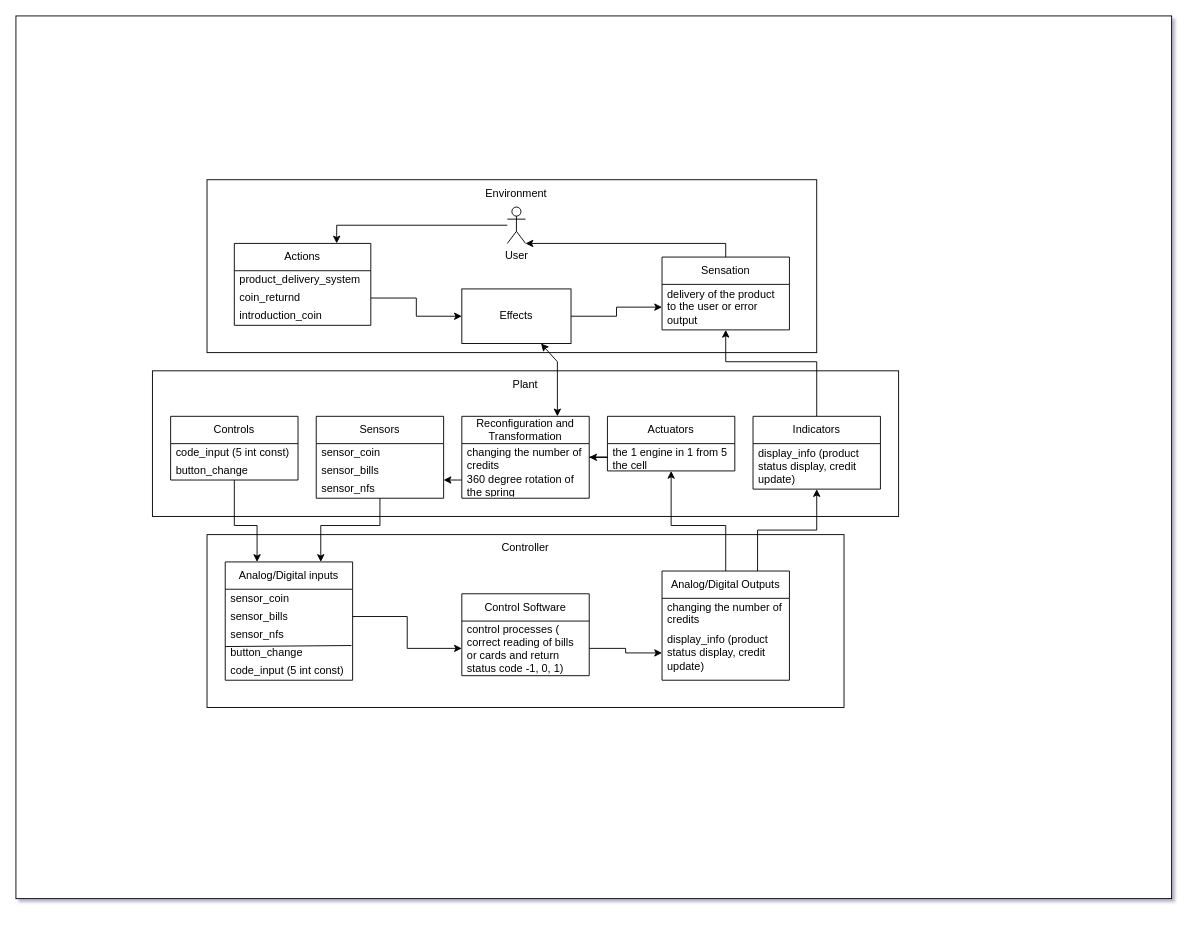
Before: Диаграмма без названия.drawio in EmelyanovAlexey/Artificial_intelligence, a draw.io diagram. Source tidied: cells renumbered, new cells numbered last; positions are measured from the earlier drawing's top-left corner, leaving out a move shared by most shapes. Both pictures are drawn from the tidied source at 91%, with x=0, y=0 at pixel (15, 15).
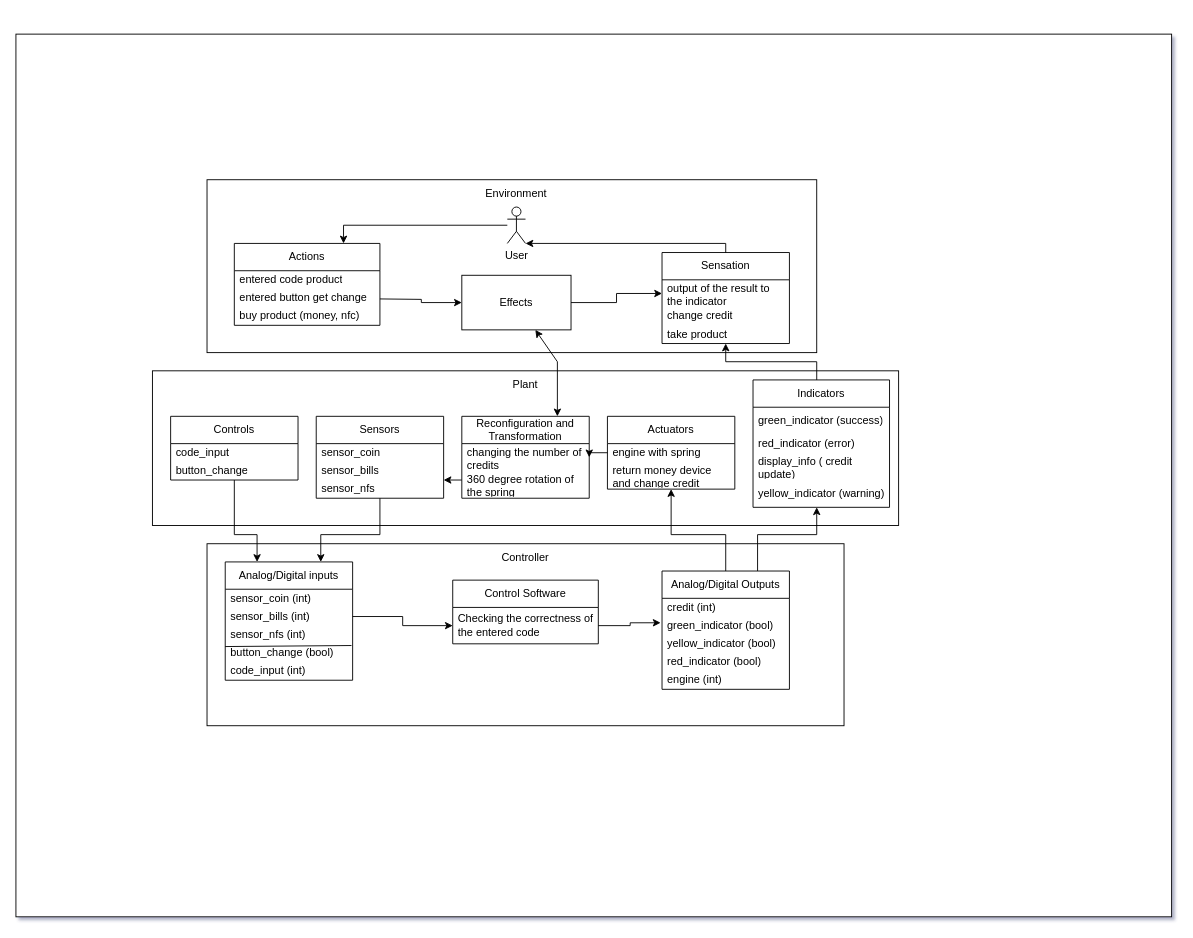
The same page after the edit.

The change refers to these unchanged cells:
```xml
<mxCell id="20" value="Controls" style="swimlane;fontStyle=0;horizontal=1;startSize=30;whiteSpace=wrap;html=1;" parent="1" vertex="1">
  <mxGeometry x="170" y="440" width="140" height="70" as="geometry" />
</mxCell>
<mxCell id="24" value="Sensors" style="swimlane;fontStyle=0;horizontal=1;startSize=30;whiteSpace=wrap;html=1;" parent="1" vertex="1">
  <mxGeometry x="330" y="440" width="140" height="90" as="geometry" />
</mxCell>
<mxCell id="34" value="Analog/Digital inputs" style="swimlane;fontStyle=0;horizontal=1;startSize=30;whiteSpace=wrap;html=1;" parent="1" vertex="1">
  <mxGeometry x="230" y="600" width="140" height="130" as="geometry" />
</mxCell>
```

Change to the diagram source:
```diff
@@
     <mxCell id="2" style="rounded=0;whiteSpace=wrap;html=1;" parent="1" vertex="1">
-      <mxGeometry width="1270" height="970" as="geometry" />
+      <mxGeometry y="20" width="1270" height="970" as="geometry" />
     </mxCell>
@@
     <mxCell id="7" value="Actions" style="swimlane;fontStyle=0;horizontal=1;startSize=30;whiteSpace=wrap;html=1;" parent="1" vertex="1">
-      <mxGeometry x="240" y="250" width="150" height="90" as="geometry" />
+      <mxGeometry x="240" y="250" width="160" height="90" as="geometry" />
     </mxCell>
-    <mxCell id="8" value="product_delivery_system&amp;nbsp;" style="text;strokeColor=none;fillColor=none;align=left;verticalAlign=middle;spacingLeft=4;spacingRight=4;overflow=hidden;whiteSpace=wrap;html=1;" parent="7" vertex="1">
-      <mxGeometry y="30" width="150" height="20" as="geometry" />
+    <mxCell id="8" value="entered code product" style="text;strokeColor=none;fillColor=none;align=left;verticalAlign=middle;spacingLeft=4;spacingRight=4;overflow=hidden;whiteSpace=wrap;html=1;" parent="7" vertex="1">
+      <mxGeometry y="30" width="160" height="20" as="geometry" />
     </mxCell>
-    <mxCell id="9" value="coin_returnd&amp;nbsp;" style="text;strokeColor=none;fillColor=none;align=left;verticalAlign=middle;spacingLeft=4;spacingRight=4;overflow=hidden;points=[[0,0.5],[1,0.5]];portConstraint=eastwest;whiteSpace=wrap;html=1;" parent="7" vertex="1">
-      <mxGeometry y="50" width="150" height="20" as="geometry" />
-    </mxCell>
+    <mxCell id="57" value="entered button get change" style="text;strokeColor=none;fillColor=none;align=left;verticalAlign=middle;spacingLeft=4;spacingRight=4;overflow=hidden;whiteSpace=wrap;html=1;" parent="7" vertex="1">
+      <mxGeometry y="50" width="160" height="20" as="geometry" />
+    </mxCell>
-    <mxCell id="10" value="introduction_coin" style="text;strokeColor=none;fillColor=none;align=left;verticalAlign=middle;spacingLeft=4;spacingRight=4;overflow=hidden;whiteSpace=wrap;html=1;" parent="7" vertex="1">
-      <mxGeometry y="70" width="150" height="20" as="geometry" />
+    <mxCell id="10" value="&lt;font face=&quot;Quattrocento Sans, sans-serif&quot;&gt;&lt;span style=&quot;white-space-collapse: preserve;&quot;&gt;buy product (money, nfc)&lt;/span&gt;&lt;/font&gt;" style="text;strokeColor=none;fillColor=none;align=left;verticalAlign=middle;spacingLeft=4;spacingRight=4;overflow=hidden;whiteSpace=wrap;html=1;" parent="7" vertex="1">
+      <mxGeometry y="70" width="160" height="20" as="geometry" />
     </mxCell>
     <mxCell id="11" value="Sensation" style="swimlane;fontStyle=0;horizontal=1;startSize=30;whiteSpace=wrap;html=1;" parent="1" vertex="1">
-      <mxGeometry x="710" y="265" width="140" height="80" as="geometry" />
+      <mxGeometry x="710" y="260" width="140" height="100" as="geometry" />
     </mxCell>
-    <mxCell id="12" value="delivery of the product to the user or error output" style="text;strokeColor=none;fillColor=none;align=left;verticalAlign=middle;spacingLeft=4;spacingRight=4;overflow=hidden;points=[[0,0.5],[1,0.5]];portConstraint=eastwest;whiteSpace=wrap;html=1;" parent="11" vertex="1">
-      <mxGeometry y="30" width="140" height="50" as="geometry" />
+    <mxCell id="12" value="output of the result to the indicator" style="text;strokeColor=none;fillColor=none;align=left;verticalAlign=middle;spacingLeft=4;spacingRight=4;overflow=hidden;points=[[0,0.5],[1,0.5]];portConstraint=eastwest;whiteSpace=wrap;html=1;" parent="11" vertex="1">
+      <mxGeometry y="30" width="140" height="30" as="geometry" />
     </mxCell>
+    <mxCell id="58" value="change credit" style="text;strokeColor=none;fillColor=none;align=left;verticalAlign=middle;spacingLeft=4;spacingRight=4;overflow=hidden;whiteSpace=wrap;html=1;" parent="11" vertex="1">
+      <mxGeometry y="60" width="140" height="20" as="geometry" />
+    </mxCell>
+    <mxCell id="59" value="take product" style="text;strokeColor=none;fillColor=none;align=left;verticalAlign=middle;spacingLeft=4;spacingRight=4;overflow=hidden;whiteSpace=wrap;html=1;" parent="11" vertex="1">
+      <mxGeometry y="80" width="140" height="20" as="geometry" />
+    </mxCell>
@@
     <mxCell id="14" value="Effects" style="rounded=0;whiteSpace=wrap;html=1;" parent="1" vertex="1">
-      <mxGeometry x="490" y="300" width="120" height="60" as="geometry" />
+      <mxGeometry x="490" y="285" width="120" height="60" as="geometry" />
     </mxCell>
     <mxCell id="15" style="rounded=0;whiteSpace=wrap;html=1;" parent="1" vertex="1">
-      <mxGeometry x="150" y="390" width="820" height="160" as="geometry" />
+      <mxGeometry x="150" y="390" width="820" height="170" as="geometry" />
     </mxCell>
     <mxCell id="16" style="rounded=0;whiteSpace=wrap;html=1;" parent="1" vertex="1">
-      <mxGeometry x="210" y="570" width="700" height="190" as="geometry" />
+      <mxGeometry x="210" y="580" width="700" height="200" as="geometry" />
     </mxCell>
@@
     <mxCell id="18" value="Controller" style="text;html=1;align=center;verticalAlign=middle;whiteSpace=wrap;rounded=0;" parent="1" vertex="1">
-      <mxGeometry x="530" y="569.5" width="60" height="30" as="geometry" />
+      <mxGeometry x="530" y="580" width="60" height="30" as="geometry" />
     </mxCell>
     <mxCell id="19" style="edgeStyle=orthogonalEdgeStyle;rounded=0;jettySize=auto;html=1;entryX=0.25;entryY=0;entryDx=0;entryDy=0;" parent="1" edge="1" source="20" target="34">
       <mxGeometry relative="1" as="geometry">
         <Array as="points">
-          <mxPoint x="240" y="560" />
-          <mxPoint x="265" y="560" />
+          <mxPoint x="240" y="570" />
+          <mxPoint x="265" y="570" />
         </Array>
       </mxGeometry>
     </mxCell>
@@
-    <mxCell id="21" value="code_input (5 int const)" style="text;strokeColor=none;fillColor=none;align=left;verticalAlign=middle;spacingLeft=4;spacingRight=4;overflow=hidden;whiteSpace=wrap;html=1;" parent="20" vertex="1">
+    <mxCell id="21" value="&lt;span id=&quot;docs-internal-guid-1e2ee686-7fff-cc49-fad5-75258599e0dc&quot;&gt;&lt;span style=&quot;font-family: &amp;quot;Quattrocento Sans&amp;quot;, sans-serif; background-color: transparent; font-variant-numeric: normal; font-variant-east-asian: normal; font-variant-alternates: normal; font-variant-position: normal; vertical-align: baseline; white-space-collapse: preserve;&quot;&gt;&lt;font style=&quot;font-size: 12px;&quot;&gt;code_input &lt;/font&gt;&lt;/span&gt;&lt;/span&gt;" style="text;strokeColor=none;fillColor=none;align=left;verticalAlign=middle;spacingLeft=4;spacingRight=4;overflow=hidden;whiteSpace=wrap;html=1;" parent="20" vertex="1">
       <mxGeometry y="30" width="140" height="20" as="geometry" />
     </mxCell>
@@
     <mxCell id="23" style="edgeStyle=orthogonalEdgeStyle;rounded=0;jettySize=auto;html=1;entryX=0.75;entryY=0;entryDx=0;entryDy=0;" parent="1" edge="1" source="24" target="34">
       <mxGeometry relative="1" as="geometry">
         <Array as="points">
-          <mxPoint x="400" y="560" />
-          <mxPoint x="335" y="560" />
+          <mxPoint x="400" y="570" />
+          <mxPoint x="335" y="570" />
         </Array>
       </mxGeometry>
     </mxCell>
@@
     <mxCell id="32" value="Actuators" style="swimlane;fontStyle=0;horizontal=1;startSize=30;whiteSpace=wrap;html=1;" parent="1" vertex="1">
-      <mxGeometry x="650" y="440" width="140" height="60" as="geometry" />
+      <mxGeometry x="650" y="440" width="140" height="80" as="geometry" />
     </mxCell>
-    <mxCell id="33" value="the 1 engine in 1 from 5&amp;nbsp; the&amp;nbsp;cell" style="text;strokeColor=none;fillColor=none;align=left;verticalAlign=middle;spacingLeft=4;spacingRight=4;overflow=hidden;points=[[0,0.5],[1,0.5]];portConstraint=eastwest;whiteSpace=wrap;html=1;" parent="32" vertex="1">
-      <mxGeometry y="30" width="140" height="30" as="geometry" />
+    <mxCell id="33" value="engine with spring" style="text;strokeColor=none;fillColor=none;align=left;verticalAlign=middle;spacingLeft=4;spacingRight=4;overflow=hidden;points=[[0,0.5],[1,0.5]];portConstraint=eastwest;whiteSpace=wrap;html=1;" parent="32" vertex="1">
+      <mxGeometry y="30" width="140" height="20" as="geometry" />
     </mxCell>
+    <mxCell id="60" value="return money device and change credit" style="text;strokeColor=none;fillColor=none;align=left;verticalAlign=middle;spacingLeft=4;spacingRight=4;overflow=hidden;whiteSpace=wrap;html=1;" parent="32" vertex="1">
+      <mxGeometry y="50" width="140" height="30" as="geometry" />
+    </mxCell>
@@
-    <mxCell id="35" value="sensor_coin" style="text;strokeColor=none;fillColor=none;align=left;verticalAlign=middle;spacingLeft=4;spacingRight=4;overflow=hidden;whiteSpace=wrap;html=1;" parent="34" vertex="1">
+    <mxCell id="35" value="sensor_coin (int)" style="text;strokeColor=none;fillColor=none;align=left;verticalAlign=middle;spacingLeft=4;spacingRight=4;overflow=hidden;whiteSpace=wrap;html=1;" parent="34" vertex="1">
       <mxGeometry y="30" width="140" height="20" as="geometry" />
     </mxCell>
-    <mxCell id="36" value="sensor_bills" style="text;strokeColor=none;fillColor=none;align=left;verticalAlign=middle;spacingLeft=4;spacingRight=4;overflow=hidden;points=[[0,0.5],[1,0.5]];portConstraint=eastwest;whiteSpace=wrap;html=1;" parent="34" vertex="1">
+    <mxCell id="36" value="sensor_bills (int)" style="text;strokeColor=none;fillColor=none;align=left;verticalAlign=middle;spacingLeft=4;spacingRight=4;overflow=hidden;points=[[0,0.5],[1,0.5]];portConstraint=eastwest;whiteSpace=wrap;html=1;" parent="34" vertex="1">
       <mxGeometry y="50" width="140" height="20" as="geometry" />
     </mxCell>
-    <mxCell id="37" value="sensor_nfs" style="text;strokeColor=none;fillColor=none;align=left;verticalAlign=middle;spacingLeft=4;spacingRight=4;overflow=hidden;points=[[0,0.5],[1,0.5]];portConstraint=eastwest;whiteSpace=wrap;html=1;" parent="34" vertex="1">
+    <mxCell id="37" value="sensor_nfs (int)" style="text;strokeColor=none;fillColor=none;align=left;verticalAlign=middle;spacingLeft=4;spacingRight=4;overflow=hidden;points=[[0,0.5],[1,0.5]];portConstraint=eastwest;whiteSpace=wrap;html=1;" parent="34" vertex="1">
       <mxGeometry y="70" width="140" height="20" as="geometry" />
     </mxCell>
-    <mxCell id="38" value="button_change" style="text;strokeColor=none;fillColor=none;align=left;verticalAlign=middle;spacingLeft=4;spacingRight=4;overflow=hidden;points=[[0,0.5],[1,0.5]];portConstraint=eastwest;whiteSpace=wrap;html=1;" parent="34" vertex="1">
+    <mxCell id="38" value="button_change (bool)" style="text;strokeColor=none;fillColor=none;align=left;verticalAlign=middle;spacingLeft=4;spacingRight=4;overflow=hidden;points=[[0,0.5],[1,0.5]];portConstraint=eastwest;whiteSpace=wrap;html=1;" parent="34" vertex="1">
       <mxGeometry y="90" width="140" height="20" as="geometry" />
     </mxCell>
-    <mxCell id="39" value="code_input (5 int const)" style="text;strokeColor=none;fillColor=none;align=left;verticalAlign=middle;spacingLeft=4;spacingRight=4;overflow=hidden;whiteSpace=wrap;html=1;" parent="34" vertex="1">
+    <mxCell id="39" value="code_input (int)" style="text;strokeColor=none;fillColor=none;align=left;verticalAlign=middle;spacingLeft=4;spacingRight=4;overflow=hidden;whiteSpace=wrap;html=1;" parent="34" vertex="1">
       <mxGeometry y="110" width="140" height="20" as="geometry" />
     </mxCell>
@@
     <mxCell id="41" value="Control Software" style="swimlane;fontStyle=0;horizontal=1;startSize=30;whiteSpace=wrap;html=1;" parent="1" vertex="1">
-      <mxGeometry x="490" y="635" width="140" height="90" as="geometry" />
+      <mxGeometry x="480" y="620" width="160" height="70" as="geometry" />
     </mxCell>
-    <mxCell id="42" value="control processes (&lt;div&gt;correct reading of bills or cards and return status code -1, 0, 1)&lt;/div&gt;" style="text;strokeColor=none;fillColor=none;align=left;verticalAlign=middle;spacingLeft=4;spacingRight=4;overflow=hidden;points=[[0,0.5],[1,0.5]];portConstraint=eastwest;whiteSpace=wrap;html=1;" parent="41" vertex="1">
-      <mxGeometry y="30" width="140" height="60" as="geometry" />
+    <mxCell id="42" value="Сhecking the correctness of the entered code" style="text;strokeColor=none;fillColor=none;align=left;verticalAlign=middle;spacingLeft=4;spacingRight=4;overflow=hidden;points=[[0,0.5],[1,0.5]];portConstraint=eastwest;whiteSpace=wrap;html=1;" parent="41" vertex="1">
+      <mxGeometry y="30" width="160" height="40" as="geometry" />
     </mxCell>
     <mxCell id="43" style="edgeStyle=orthogonalEdgeStyle;rounded=0;jettySize=auto;html=1;exitX=0.75;exitY=0;exitDx=0;exitDy=0;" parent="1" edge="1" source="45" target="49">
-      <mxGeometry relative="1" as="geometry" />
+      <mxGeometry relative="1" as="geometry">
+        <Array as="points">
+          <mxPoint x="815" y="570" />
+          <mxPoint x="880" y="570" />
+        </Array>
+      </mxGeometry>
     </mxCell>
     <mxCell id="44" style="edgeStyle=orthogonalEdgeStyle;rounded=0;jettySize=auto;html=1;" parent="1" edge="1" source="45" target="32">
       <mxGeometry relative="1" as="geometry">
         <Array as="points">
-          <mxPoint x="780" y="560" />
-          <mxPoint x="720" y="560" />
+          <mxPoint x="780" y="570" />
+          <mxPoint x="720" y="570" />
         </Array>
       </mxGeometry>
     </mxCell>
     <mxCell id="45" value="Analog/Digital Outputs" style="swimlane;fontStyle=0;horizontal=1;startSize=30;whiteSpace=wrap;html=1;" parent="1" vertex="1">
-      <mxGeometry x="710" y="610" width="140" height="120" as="geometry" />
+      <mxGeometry x="710" y="610" width="140" height="130" as="geometry" />
     </mxCell>
-    <mxCell id="46" value="сhanging the number of credits" style="text;strokeColor=none;fillColor=none;align=left;verticalAlign=middle;spacingLeft=4;spacingRight=4;overflow=hidden;whiteSpace=wrap;html=1;" parent="45" vertex="1">
-      <mxGeometry y="30" width="140" height="30" as="geometry" />
+    <mxCell id="46" value="credit (int)" style="text;strokeColor=none;fillColor=none;align=left;verticalAlign=middle;spacingLeft=4;spacingRight=4;overflow=hidden;whiteSpace=wrap;html=1;" parent="45" vertex="1">
+      <mxGeometry y="30" width="140" height="20" as="geometry" />
     </mxCell>
+    <mxCell id="61" value="green_indicator (bool)" style="text;strokeColor=none;fillColor=none;align=left;verticalAlign=middle;spacingLeft=4;spacingRight=4;overflow=hidden;points=[[0,0.5],[1,0.5]];portConstraint=eastwest;whiteSpace=wrap;html=1;" parent="45" vertex="1">
+      <mxGeometry y="50" width="140" height="20" as="geometry" />
+    </mxCell>
+    <mxCell id="62" value="yellow_indicator (bool)" style="text;strokeColor=none;fillColor=none;align=left;verticalAlign=middle;spacingLeft=4;spacingRight=4;overflow=hidden;whiteSpace=wrap;html=1;" parent="45" vertex="1">
+      <mxGeometry y="70" width="140" height="20" as="geometry" />
+    </mxCell>
-    <mxCell id="47" value="display_info (product status display, credit update)" style="text;strokeColor=none;fillColor=none;align=left;verticalAlign=middle;spacingLeft=4;spacingRight=4;overflow=hidden;points=[[0,0.5],[1,0.5]];portConstraint=eastwest;whiteSpace=wrap;html=1;" parent="45" vertex="1">
-      <mxGeometry y="60" width="140" height="60" as="geometry" />
+    <mxCell id="47" value="red_indicator (bool)" style="text;strokeColor=none;fillColor=none;align=left;verticalAlign=middle;spacingLeft=4;spacingRight=4;overflow=hidden;points=[[0,0.5],[1,0.5]];portConstraint=eastwest;whiteSpace=wrap;html=1;" parent="45" vertex="1">
+      <mxGeometry y="90" width="140" height="20" as="geometry" />
     </mxCell>
+    <mxCell id="63" value="engine&amp;nbsp;(int)" style="text;strokeColor=none;fillColor=none;align=left;verticalAlign=middle;spacingLeft=4;spacingRight=4;overflow=hidden;whiteSpace=wrap;html=1;" parent="45" vertex="1">
+      <mxGeometry y="110" width="140" height="20" as="geometry" />
+    </mxCell>
@@
     <mxCell id="49" value="Indicators" style="swimlane;fontStyle=0;horizontal=1;startSize=30;whiteSpace=wrap;html=1;" parent="1" vertex="1">
-      <mxGeometry x="810" y="440" width="140" height="80" as="geometry" />
+      <mxGeometry x="810" y="400" width="150" height="140" as="geometry" />
     </mxCell>
+    <mxCell id="64" value="green_indicator (success)" style="text;strokeColor=none;fillColor=none;align=left;verticalAlign=middle;spacingLeft=4;spacingRight=4;overflow=hidden;whiteSpace=wrap;html=1;" parent="49" vertex="1">
+      <mxGeometry y="30" width="150" height="30" as="geometry" />
+    </mxCell>
+    <mxCell id="65" value="red_indicator (error)" style="text;strokeColor=none;fillColor=none;align=left;verticalAlign=middle;spacingLeft=4;spacingRight=4;overflow=hidden;whiteSpace=wrap;html=1;" parent="49" vertex="1">
+      <mxGeometry y="60" width="150" height="20" as="geometry" />
+    </mxCell>
-    <mxCell id="50" value="display_info (product status display, credit update)" style="text;strokeColor=none;fillColor=none;align=left;verticalAlign=middle;spacingLeft=4;spacingRight=4;overflow=hidden;whiteSpace=wrap;html=1;" parent="49" vertex="1">
-      <mxGeometry y="30" width="140" height="50" as="geometry" />
+    <mxCell id="50" value="display_info ( credit update)" style="text;strokeColor=none;fillColor=none;align=left;verticalAlign=middle;spacingLeft=4;spacingRight=4;overflow=hidden;whiteSpace=wrap;html=1;" parent="49" vertex="1">
+      <mxGeometry y="80" width="150" height="30" as="geometry" />
     </mxCell>
+    <mxCell id="66" value="yellow_indicator (warning)" style="text;strokeColor=none;fillColor=none;align=left;verticalAlign=middle;spacingLeft=4;spacingRight=4;overflow=hidden;whiteSpace=wrap;html=1;" parent="49" vertex="1">
+      <mxGeometry y="110" width="150" height="30" as="geometry" />
+    </mxCell>
@@
-    <mxCell id="52" style="edgeStyle=orthogonalEdgeStyle;rounded=0;jettySize=auto;html=1;entryX=0;entryY=0.5;entryDx=0;entryDy=0;" parent="1" edge="1" source="42" target="47">
+    <mxCell id="52" style="edgeStyle=orthogonalEdgeStyle;rounded=0;jettySize=auto;html=1;entryX=-0.011;entryY=0.343;entryDx=0;entryDy=0;entryPerimeter=0;" parent="1" edge="1" source="42" target="61">
       <mxGeometry relative="1" as="geometry" />
     </mxCell>
@@
-    <mxCell id="54" style="edgeStyle=orthogonalEdgeStyle;rounded=0;jettySize=auto;html=1;exitX=1;exitY=0.5;exitDx=0;exitDy=0;entryX=0;entryY=0.5;entryDx=0;entryDy=0;" parent="1" edge="1" source="9" target="14">
-      <mxGeometry relative="1" as="geometry" />
+    <mxCell id="54" style="edgeStyle=orthogonalEdgeStyle;rounded=0;jettySize=auto;html=1;entryX=0;entryY=0.5;entryDx=0;entryDy=0;" parent="1" edge="1" target="14">
+      <mxGeometry relative="1" as="geometry">
+        <mxPoint x="400" y="311" as="sourcePoint" />
+      </mxGeometry>
     </mxCell>
```
